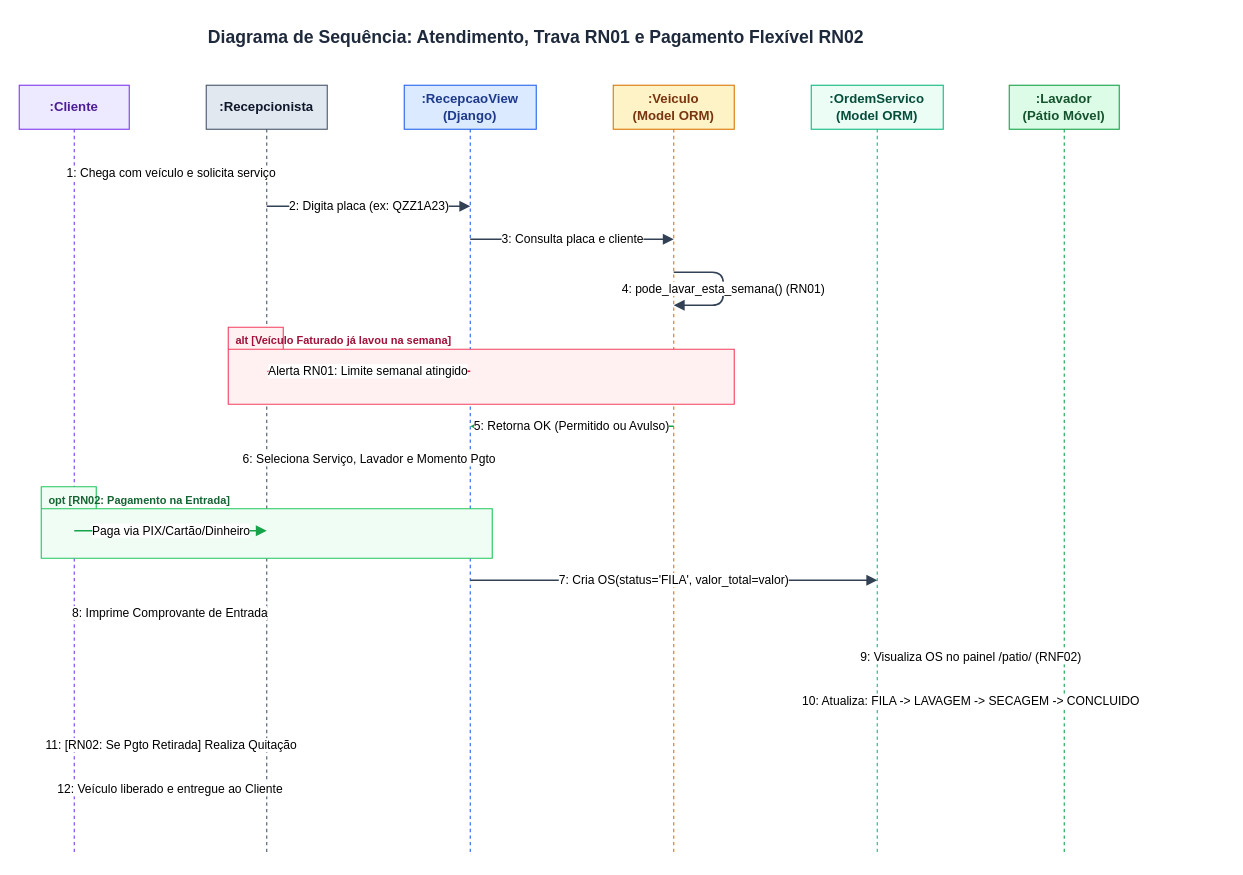
This is diagrams/diagrama_sequencia.drawio from ednaldomaciel/projeto_posto_de_lavagem_ciesa, a draw.io file, before an edit. Source tidied: cells renumbered, new cells numbered last; positions are measured from the earlier drawing's top-left corner, leaving out a move shared by most shapes. Both pictures are drawn from the tidied source at 110%, with x=0, y=0 at pixel (19, 19).
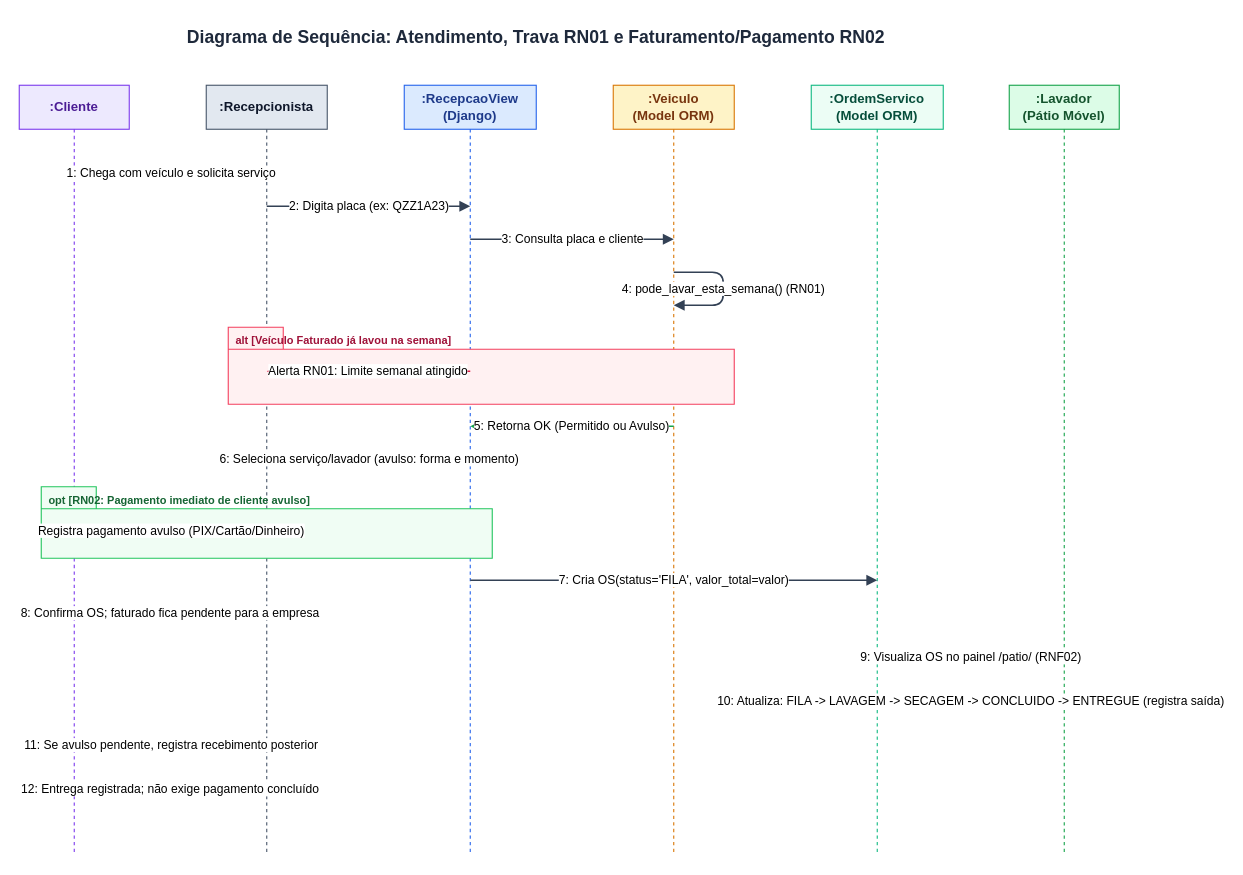
After the change.

The edit, as a diff of the source:
```diff
@@
-    <mxCell id="2" value="Diagrama de Sequência: Atendimento, Trava RN01 e Pagamento Flexível RN02" style="text;strokeColor=none;fillColor=none;align=center;verticalAlign=middle;fontSize=16;fontStyle=1;fontColor=#1e293b;" parent="1" vertex="1">
+    <mxCell id="2" value="Diagrama de Sequência: Atendimento, Trava RN01 e Faturamento/Pagamento RN02" style="text;strokeColor=none;fillColor=none;align=center;verticalAlign=middle;fontSize=16;fontStyle=1;fontColor=#1e293b;" parent="1" vertex="1">
       <mxGeometry x="70" width="800" height="30" as="geometry" />
     </mxCell>
@@
-    <mxCell id="16" value="6: Seleciona Serviço, Lavador e Momento Pgto" style="endArrow=block;html=1;strokeColor=#334155;strokeWidth=1.5;endFill=1;" parent="1" edge="1">
+    <mxCell id="16" value="6: Seleciona serviço/lavador (avulso: forma e momento)" style="endArrow=block;html=1;strokeColor=#334155;strokeWidth=1.5;endFill=1;" parent="1" edge="1">
       <mxGeometry relative="1" as="geometry">
         <mxPoint x="225" y="400" as="sourcePoint" />
         <mxPoint x="410" y="400" as="targetPoint" />
       </mxGeometry>
     </mxCell>
-    <mxCell id="17" value="opt [RN02: Pagamento na Entrada]" style="shape=folder;fontStyle=1;tabWidth=50;tabHeight=20;tabPosition=left;fillColor=#f0fdf4;strokeColor=#22c55e;fontColor=#166534;fontSize=10;verticalAlign=top;align=left;spacingLeft=5;" parent="1" vertex="1">
+    <mxCell id="17" value="opt [RN02: Pagamento imediato de cliente avulso]" style="shape=folder;fontStyle=1;tabWidth=50;tabHeight=20;tabPosition=left;fillColor=#f0fdf4;strokeColor=#22c55e;fontColor=#166534;fontSize=10;verticalAlign=top;align=left;spacingLeft=5;" parent="1" vertex="1">
       <mxGeometry x="20" y="425" width="410" height="65" as="geometry" />
     </mxCell>
-    <mxCell id="18" value="Paga via PIX/Cartão/Dinheiro" style="endArrow=block;html=1;strokeColor=#16a34a;strokeWidth=1.5;endFill=1;" parent="1" edge="1">
+    <mxCell id="18" value="Registra pagamento avulso (PIX/Cartão/Dinheiro)" style="endArrow=block;html=1;strokeColor=#16a34a;strokeWidth=1.5;endFill=1;" parent="1" edge="1">
       <mxGeometry relative="1" as="geometry">
         <mxPoint x="50" y="465" as="sourcePoint" />
         <mxPoint x="225" y="465" as="targetPoint" />
       </mxGeometry>
     </mxCell>
@@
-    <mxCell id="20" value="8: Imprime Comprovante de Entrada" style="endArrow=open;dashed=1;html=1;strokeColor=#334155;strokeWidth=1.5;endFill=0;" parent="1" edge="1">
+    <mxCell id="20" value="8: Confirma OS; faturado fica pendente para a empresa" style="endArrow=open;dashed=1;html=1;strokeColor=#334155;strokeWidth=1.5;endFill=0;" parent="1" edge="1">
       <mxGeometry relative="1" as="geometry">
         <mxPoint x="225" y="540" as="sourcePoint" />
         <mxPoint x="50" y="540" as="targetPoint" />
       </mxGeometry>
     </mxCell>
@@
-    <mxCell id="22" value="10: Atualiza: FILA -&gt; LAVAGEM -&gt; SECAGEM -&gt; CONCLUIDO" style="endArrow=block;html=1;strokeColor=#16a34a;strokeWidth=1.5;endFill=1;" parent="1" edge="1">
+    <mxCell id="22" value="10: Atualiza: FILA -&gt; LAVAGEM -&gt; SECAGEM -&gt; CONCLUIDO -&gt; ENTREGUE (registra saída)" style="endArrow=block;html=1;strokeColor=#16a34a;strokeWidth=1.5;endFill=1;" parent="1" edge="1">
       <mxGeometry relative="1" as="geometry">
         <mxPoint x="950" y="620" as="sourcePoint" />
         <mxPoint x="780" y="620" as="targetPoint" />
       </mxGeometry>
     </mxCell>
-    <mxCell id="23" value="11: [RN02: Se Pgto Retirada] Realiza Quitação" style="endArrow=block;html=1;strokeColor=#334155;strokeWidth=1.5;endFill=1;" parent="1" edge="1">
+    <mxCell id="23" value="11: Se avulso pendente, registra recebimento posterior" style="endArrow=block;html=1;strokeColor=#334155;strokeWidth=1.5;endFill=1;" parent="1" edge="1">
       <mxGeometry relative="1" as="geometry">
         <mxPoint x="50" y="660" as="sourcePoint" />
         <mxPoint x="225" y="660" as="targetPoint" />
       </mxGeometry>
     </mxCell>
-    <mxCell id="24" value="12: Veículo liberado e entregue ao Cliente" style="endArrow=open;dashed=1;html=1;strokeColor=#334155;strokeWidth=1.5;endFill=0;" parent="1" edge="1">
+    <mxCell id="24" value="12: Entrega registrada; não exige pagamento concluído" style="endArrow=open;dashed=1;html=1;strokeColor=#334155;strokeWidth=1.5;endFill=0;" parent="1" edge="1">
       <mxGeometry relative="1" as="geometry">
         <mxPoint x="225" y="700" as="sourcePoint" />
         <mxPoint x="50" y="700" as="targetPoint" />
       </mxGeometry>
     </mxCell>
```
